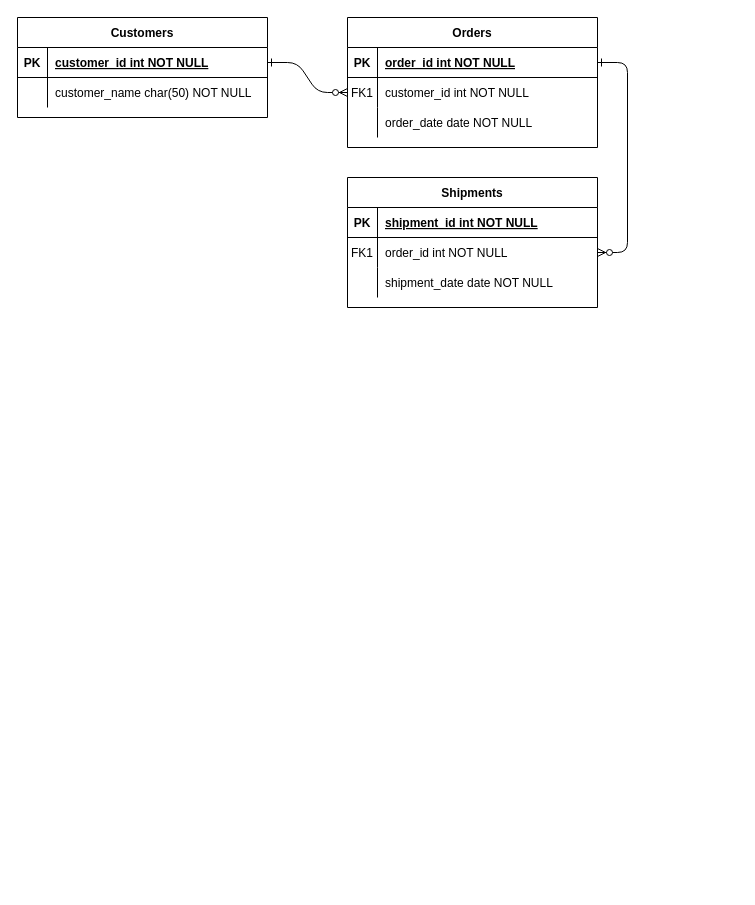
Above: ERD.drawio in BuBaKaNg/quan_li_sinh_vien (draw.io), before the change. Source tidied: cells renumbered, new cells numbered last; positions are measured from the earlier drawing's top-left corner, leaving out a move shared by most shapes. Both pictures are drawn from the tidied source at 100%, with x=0, y=0 at pixel (17, 17).
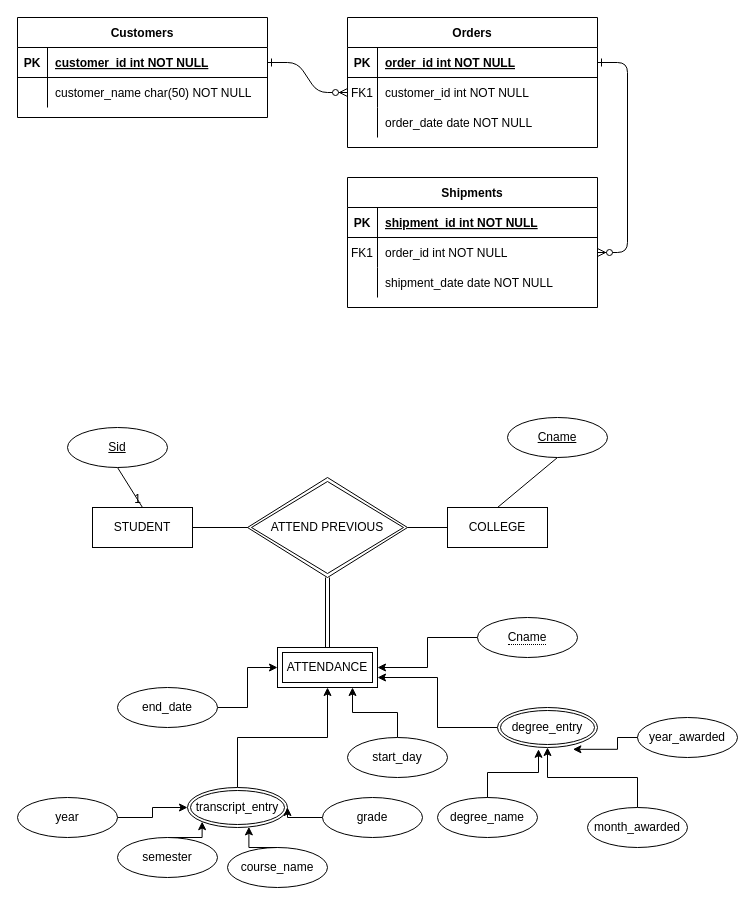
The same diagram, later.

Change to the diagram source:
```diff
@@
+    <mxCell id="31" value="STUDENT" style="whiteSpace=wrap;html=1;align=center;" parent="1" vertex="1">
+      <mxGeometry x="75" y="490" width="100" height="40" as="geometry" />
+    </mxCell>
+    <mxCell id="32" value="COLLEGE" style="whiteSpace=wrap;html=1;align=center;" parent="1" vertex="1">
+      <mxGeometry x="430" y="490" width="100" height="40" as="geometry" />
+    </mxCell>
+    <mxCell id="33" value="ATTENDANCE" style="shape=ext;margin=3;double=1;whiteSpace=wrap;html=1;align=center;" parent="1" vertex="1">
+      <mxGeometry x="260" y="630" width="100" height="40" as="geometry" />
+    </mxCell>
+    <mxCell id="34" style="endArrow=none;html=1;rounded=0;exitX=1;exitY=0.5;exitDx=0;exitDy=0;entryX=0;entryY=0.5;entryDx=0;entryDy=0;" parent="1" edge="1" source="31">
+      <mxGeometry relative="1" as="geometry">
+        <mxPoint x="232.5" y="510" as="targetPoint" />
+      </mxGeometry>
+    </mxCell>
+    <mxCell id="35" value="ATTEND PREVIOUS" style="shape=rhombus;double=1;perimeter=rhombusPerimeter;whiteSpace=wrap;html=1;align=center;" parent="1" vertex="1">
+      <mxGeometry x="230" y="460" width="160" height="100" as="geometry" />
+    </mxCell>
+    <mxCell id="36" style="endArrow=none;html=1;rounded=0;exitX=1;exitY=0.5;exitDx=0;exitDy=0;entryX=0;entryY=0.5;entryDx=0;entryDy=0;" parent="1" edge="1" source="35" target="32">
+      <mxGeometry relative="1" as="geometry" />
+    </mxCell>
+    <mxCell id="37" style="shape=link;html=1;rounded=0;exitX=0.5;exitY=1;exitDx=0;exitDy=0;entryX=0.5;entryY=0;entryDx=0;entryDy=0;" parent="1" edge="1" source="35" target="33">
+      <mxGeometry relative="1" as="geometry" />
+    </mxCell>
+    <mxCell id="38" style="endArrow=none;html=1;rounded=0;exitX=0.5;exitY=1;exitDx=0;exitDy=0;entryX=0.5;entryY=0;entryDx=0;entryDy=0;" parent="1" edge="1" target="31">
+      <mxGeometry relative="1" as="geometry">
+        <mxPoint x="100" y="450" as="sourcePoint" />
+      </mxGeometry>
+    </mxCell>
+    <mxCell id="39" value="1" style="html=1;whiteSpace=wrap;align=right;verticalAlign=bottom;" parent="38" vertex="1">
+      <mxGeometry x="1" relative="1" as="geometry" />
+    </mxCell>
+    <mxCell id="40" style="endArrow=none;html=1;rounded=0;exitX=0.5;exitY=1;exitDx=0;exitDy=0;entryX=0.5;entryY=0;entryDx=0;entryDy=0;" parent="1" edge="1" target="32">
+      <mxGeometry relative="1" as="geometry">
+        <mxPoint x="540" y="440" as="sourcePoint" />
+      </mxGeometry>
+    </mxCell>
+    <mxCell id="41" value="Sid" style="ellipse;whiteSpace=wrap;html=1;align=center;fontStyle=4;" parent="1" vertex="1">
+      <mxGeometry x="50" y="410" width="100" height="40" as="geometry" />
+    </mxCell>
+    <mxCell id="42" value="Cname" style="ellipse;whiteSpace=wrap;html=1;align=center;fontStyle=4;" parent="1" vertex="1">
+      <mxGeometry x="490" y="400" width="100" height="40" as="geometry" />
+    </mxCell>
+    <mxCell id="43" style="edgeStyle=orthogonalEdgeStyle;rounded=0;jettySize=auto;html=1;entryX=0.75;entryY=1;entryDx=0;entryDy=0;" parent="1" edge="1" source="44" target="33">
+      <mxGeometry relative="1" as="geometry" />
+    </mxCell>
+    <mxCell id="44" value="start_day" style="ellipse;whiteSpace=wrap;html=1;align=center;" parent="1" vertex="1">
+      <mxGeometry x="330" y="720" width="100" height="40" as="geometry" />
+    </mxCell>
+    <mxCell id="45" style="edgeStyle=orthogonalEdgeStyle;rounded=0;jettySize=auto;html=1;" parent="1" edge="1" source="46" target="33">
+      <mxGeometry relative="1" as="geometry" />
+    </mxCell>
+    <mxCell id="46" value="end_date" style="ellipse;whiteSpace=wrap;html=1;align=center;" parent="1" vertex="1">
+      <mxGeometry x="100" y="670" width="100" height="40" as="geometry" />
+    </mxCell>
+    <mxCell id="47" style="edgeStyle=orthogonalEdgeStyle;rounded=0;jettySize=auto;html=1;entryX=1;entryY=0.75;entryDx=0;entryDy=0;" parent="1" edge="1" source="48" target="33">
+      <mxGeometry relative="1" as="geometry" />
+    </mxCell>
+    <mxCell id="48" value="degree_entry" style="ellipse;shape=doubleEllipse;margin=3;whiteSpace=wrap;html=1;align=center;" parent="1" vertex="1">
+      <mxGeometry x="480" y="690" width="100" height="40" as="geometry" />
+    </mxCell>
+    <mxCell id="49" style="edgeStyle=orthogonalEdgeStyle;rounded=0;jettySize=auto;html=1;exitX=0;exitY=0.5;exitDx=0;exitDy=0;" parent="1" edge="1" source="50" target="33">
+      <mxGeometry relative="1" as="geometry" />
+    </mxCell>
+    <mxCell id="50" value="&lt;span style=&quot;border-bottom: 1px dotted&quot;&gt;Cname&lt;/span&gt;" style="ellipse;whiteSpace=wrap;html=1;align=center;" parent="1" vertex="1">
+      <mxGeometry x="460" y="600" width="100" height="40" as="geometry" />
+    </mxCell>
+    <mxCell id="51" value="degree_name" style="ellipse;whiteSpace=wrap;html=1;align=center;" parent="1" vertex="1">
+      <mxGeometry x="420" y="780" width="100" height="40" as="geometry" />
+    </mxCell>
+    <mxCell id="52" style="edgeStyle=orthogonalEdgeStyle;rounded=0;jettySize=auto;html=1;" parent="1" edge="1" source="53" target="48">
+      <mxGeometry relative="1" as="geometry" />
+    </mxCell>
+    <mxCell id="53" value="month_awarded" style="ellipse;whiteSpace=wrap;html=1;align=center;" parent="1" vertex="1">
+      <mxGeometry x="570" y="790" width="100" height="40" as="geometry" />
+    </mxCell>
+    <mxCell id="54" value="year_awarded" style="ellipse;whiteSpace=wrap;html=1;align=center;" parent="1" vertex="1">
+      <mxGeometry x="620" y="700" width="100" height="40" as="geometry" />
+    </mxCell>
+    <mxCell id="55" style="edgeStyle=orthogonalEdgeStyle;rounded=0;jettySize=auto;html=1;exitX=0.5;exitY=0;exitDx=0;exitDy=0;entryX=0.5;entryY=1;entryDx=0;entryDy=0;" parent="1" edge="1" source="56" target="33">
+      <mxGeometry relative="1" as="geometry" />
+    </mxCell>
+    <mxCell id="56" value="transcript_entry" style="ellipse;shape=doubleEllipse;margin=3;whiteSpace=wrap;html=1;align=center;" parent="1" vertex="1">
+      <mxGeometry x="170" y="770" width="100" height="40" as="geometry" />
+    </mxCell>
+    <mxCell id="57" value="course_name" style="ellipse;whiteSpace=wrap;html=1;align=center;" parent="1" vertex="1">
+      <mxGeometry x="210" y="830" width="100" height="40" as="geometry" />
+    </mxCell>
+    <mxCell id="58" style="edgeStyle=orthogonalEdgeStyle;rounded=0;jettySize=auto;html=1;exitX=0.5;exitY=0;exitDx=0;exitDy=0;entryX=0;entryY=1;entryDx=0;entryDy=0;" parent="1" edge="1" source="59" target="56">
+      <mxGeometry relative="1" as="geometry" />
+    </mxCell>
+    <mxCell id="59" value="semester" style="ellipse;whiteSpace=wrap;html=1;align=center;" parent="1" vertex="1">
+      <mxGeometry x="100" y="820" width="100" height="40" as="geometry" />
+    </mxCell>
+    <mxCell id="60" style="edgeStyle=orthogonalEdgeStyle;rounded=0;jettySize=auto;html=1;exitX=1;exitY=0.5;exitDx=0;exitDy=0;entryX=0;entryY=0.5;entryDx=0;entryDy=0;" parent="1" edge="1" source="61" target="56">
+      <mxGeometry relative="1" as="geometry" />
+    </mxCell>
+    <mxCell id="61" value="year" style="ellipse;whiteSpace=wrap;html=1;align=center;" parent="1" vertex="1">
+      <mxGeometry y="780" width="100" height="40" as="geometry" />
+    </mxCell>
+    <mxCell id="62" style="edgeStyle=orthogonalEdgeStyle;rounded=0;jettySize=auto;html=1;exitX=0;exitY=0.5;exitDx=0;exitDy=0;entryX=1;entryY=0.5;entryDx=0;entryDy=0;" parent="1" edge="1" source="63" target="56">
+      <mxGeometry relative="1" as="geometry" />
+    </mxCell>
+    <mxCell id="63" value="grade" style="ellipse;whiteSpace=wrap;html=1;align=center;" parent="1" vertex="1">
+      <mxGeometry x="305" y="780" width="100" height="40" as="geometry" />
+    </mxCell>
+    <mxCell id="64" style="edgeStyle=orthogonalEdgeStyle;rounded=0;jettySize=auto;html=1;exitX=0.5;exitY=0;exitDx=0;exitDy=0;entryX=0.614;entryY=0.985;entryDx=0;entryDy=0;entryPerimeter=0;" parent="1" edge="1" source="57" target="56">
+      <mxGeometry relative="1" as="geometry" />
+    </mxCell>
+    <mxCell id="65" style="edgeStyle=orthogonalEdgeStyle;rounded=0;orthogonalLoop=1;jettySize=auto;html=1;exitX=0.5;exitY=1;exitDx=0;exitDy=0;" parent="1" edge="1" source="44" target="44">
+      <mxGeometry relative="1" as="geometry" />
+    </mxCell>
+    <mxCell id="66" style="edgeStyle=orthogonalEdgeStyle;rounded=0;jettySize=auto;html=1;entryX=0.41;entryY=1.045;entryDx=0;entryDy=0;entryPerimeter=0;" parent="1" edge="1" source="51" target="48">
+      <mxGeometry relative="1" as="geometry" />
+    </mxCell>
+    <mxCell id="67" style="edgeStyle=orthogonalEdgeStyle;rounded=0;jettySize=auto;html=1;entryX=0.754;entryY=1.045;entryDx=0;entryDy=0;entryPerimeter=0;" parent="1" edge="1" source="54" target="48">
+      <mxGeometry relative="1" as="geometry" />
+    </mxCell>
```
